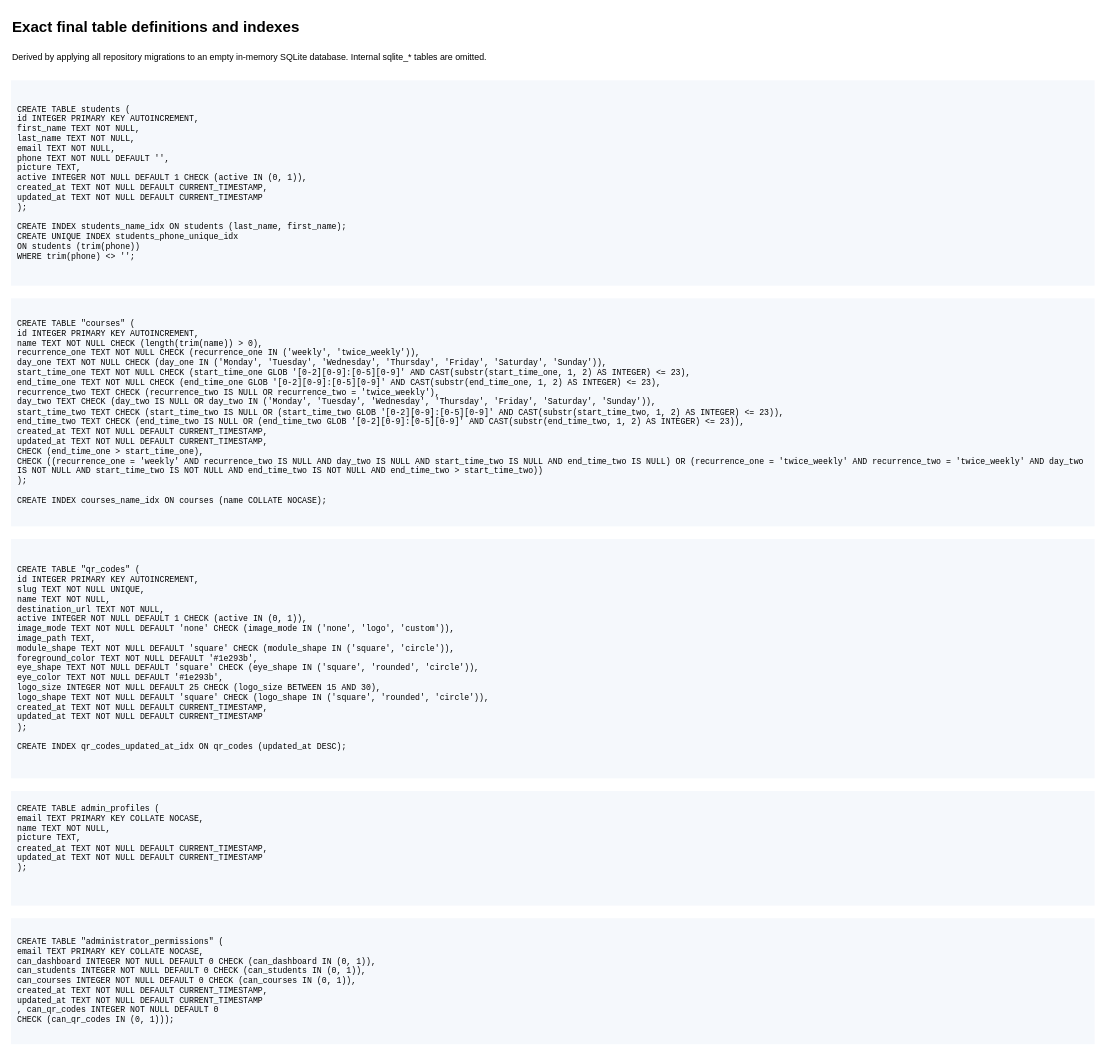
The draw.io diagram page "Constraints and SQL" (2 of 2) of docs/database.drawio in AlexandruDanCroitoriu/free-spirit-dance, before the edit. Source tidied: cells renumbered, new cells numbered last; positions are measured from the earlier drawing's top-left corner, leaving out a move shared by most shapes. Both pictures are drawn from the tidied source at 63%, with x=0, y=0 at pixel (11, 11).
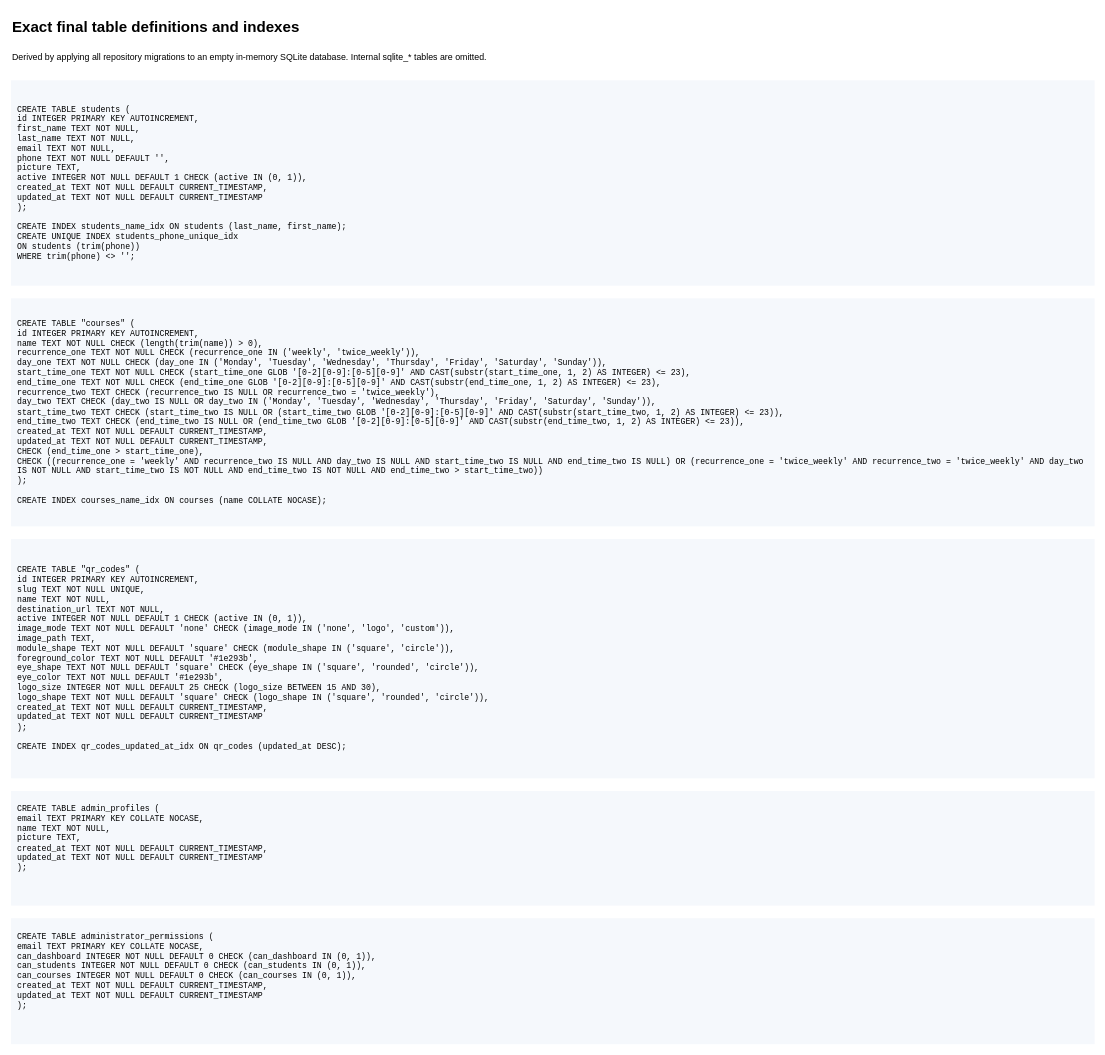
After the change.

The edit, as a diff of the source:
```diff
@@
 <mxGraphModel>
   <root>
     <mxCell id="0" />
     <mxCell id="1" parent="0" />
     <mxCell id="2" value="Exact final table definitions and indexes" style="text;html=0;align=left;verticalAlign=middle;whiteSpace=wrap;overflow=hidden;fontSize=24;fontStyle=1;" parent="1" vertex="1">
       <mxGeometry width="1700" height="50" as="geometry" />
     </mxCell>
     <mxCell id="3" value="Derived by applying all repository migrations to an empty in-memory SQLite database. Internal sqlite_* tables are omitted." style="text;html=0;align=left;verticalAlign=middle;whiteSpace=wrap;overflow=hidden;fontSize=14;" parent="1" vertex="1">
       <mxGeometry y="55" width="1700" height="35" as="geometry" />
     </mxCell>
     <mxCell id="4" value="CREATE TABLE students (&#10;  id INTEGER PRIMARY KEY AUTOINCREMENT,&#10;  first_name TEXT NOT NULL,&#10;  last_name TEXT NOT NULL,&#10;  email TEXT NOT NULL,&#10;  phone TEXT NOT NULL DEFAULT '',&#10;  picture TEXT,&#10;  active INTEGER NOT NULL DEFAULT 1 CHECK (active IN (0, 1)),&#10;  created_at TEXT NOT NULL DEFAULT CURRENT_TIMESTAMP,&#10;  updated_at TEXT NOT NULL DEFAULT CURRENT_TIMESTAMP&#10;);&#10;&#10;CREATE INDEX students_name_idx ON students (last_name, first_name);&#10;CREATE UNIQUE INDEX students_phone_unique_idx&#10;ON students (trim(phone))&#10;WHERE trim(phone) &lt;&gt; '';" style="text;html=0;align=left;verticalAlign=middle;whiteSpace=wrap;overflow=hidden;fontFamily=Courier New;fontSize=13;fillColor=#f5f8fc;spacing=10;" parent="1" vertex="1">
       <mxGeometry y="110" width="1720" height="326" as="geometry" />
     </mxCell>
     <mxCell id="5" value="CREATE TABLE &quot;courses&quot; (&#10;  id INTEGER PRIMARY KEY AUTOINCREMENT,&#10;  name TEXT NOT NULL CHECK (length(trim(name)) &gt; 0),&#10;  recurrence_one TEXT NOT NULL CHECK (recurrence_one IN ('weekly', 'twice_weekly')),&#10;  day_one TEXT NOT NULL CHECK (day_one IN ('Monday', 'Tuesday', 'Wednesday', 'Thursday', 'Friday', 'Saturday', 'Sunday')),&#10;  start_time_one TEXT NOT NULL CHECK (start_time_one GLOB '[0-2][0-9]:[0-5][0-9]' AND CAST(substr(start_time_one, 1, 2) AS INTEGER) &lt;= 23),&#10;  end_time_one TEXT NOT NULL CHECK (end_time_one GLOB '[0-2][0-9]:[0-5][0-9]' AND CAST(substr(end_time_one, 1, 2) AS INTEGER) &lt;= 23),&#10;  recurrence_two TEXT CHECK (recurrence_two IS NULL OR recurrence_two = 'twice_weekly'),&#10;  day_two TEXT CHECK (day_two IS NULL OR day_two IN ('Monday', 'Tuesday', 'Wednesday', 'Thursday', 'Friday', 'Saturday', 'Sunday')),&#10;  start_time_two TEXT CHECK (start_time_two IS NULL OR (start_time_two GLOB '[0-2][0-9]:[0-5][0-9]' AND CAST(substr(start_time_two, 1, 2) AS INTEGER) &lt;= 23)),&#10;  end_time_two TEXT CHECK (end_time_two IS NULL OR (end_time_two GLOB '[0-2][0-9]:[0-5][0-9]' AND CAST(substr(end_time_two, 1, 2) AS INTEGER) &lt;= 23)),&#10;  created_at TEXT NOT NULL DEFAULT CURRENT_TIMESTAMP,&#10;  updated_at TEXT NOT NULL DEFAULT CURRENT_TIMESTAMP,&#10;  CHECK (end_time_one &gt; start_time_one),&#10;  CHECK ((recurrence_one = 'weekly' AND recurrence_two IS NULL AND day_two IS NULL AND start_time_two IS NULL AND end_time_two IS NULL) OR (recurrence_one = 'twice_weekly' AND recurrence_two = 'twice_weekly' AND day_two IS NOT NULL AND start_time_two IS NOT NULL AND end_time_two IS NOT NULL AND end_time_two &gt; start_time_two))&#10;);&#10;&#10;CREATE INDEX courses_name_idx ON courses (name COLLATE NOCASE);" style="text;html=0;align=left;verticalAlign=middle;whiteSpace=wrap;overflow=hidden;fontFamily=Courier New;fontSize=13;fillColor=#f5f8fc;spacing=10;" parent="1" vertex="1">
       <mxGeometry y="456" width="1720" height="362" as="geometry" />
     </mxCell>
     <mxCell id="6" value="CREATE TABLE &quot;qr_codes&quot; (&#10;  id INTEGER PRIMARY KEY AUTOINCREMENT,&#10;  slug TEXT NOT NULL UNIQUE,&#10;  name TEXT NOT NULL,&#10;  destination_url TEXT NOT NULL,&#10;  active INTEGER NOT NULL DEFAULT 1 CHECK (active IN (0, 1)),&#10;  image_mode TEXT NOT NULL DEFAULT 'none' CHECK (image_mode IN ('none', 'logo', 'custom')),&#10;  image_path TEXT,&#10;  module_shape TEXT NOT NULL DEFAULT 'square' CHECK (module_shape IN ('square', 'circle')),&#10;  foreground_color TEXT NOT NULL DEFAULT '#1e293b',&#10;  eye_shape TEXT NOT NULL DEFAULT 'square' CHECK (eye_shape IN ('square', 'rounded', 'circle')),&#10;  eye_color TEXT NOT NULL DEFAULT '#1e293b',&#10;  logo_size INTEGER NOT NULL DEFAULT 25 CHECK (logo_size BETWEEN 15 AND 30),&#10;  logo_shape TEXT NOT NULL DEFAULT 'square' CHECK (logo_shape IN ('square', 'rounded', 'circle')),&#10;  created_at TEXT NOT NULL DEFAULT CURRENT_TIMESTAMP,&#10;  updated_at TEXT NOT NULL DEFAULT CURRENT_TIMESTAMP&#10;);&#10;&#10;CREATE INDEX qr_codes_updated_at_idx ON qr_codes (updated_at DESC);" style="text;html=0;align=left;verticalAlign=middle;whiteSpace=wrap;overflow=hidden;fontFamily=Courier New;fontSize=13;fillColor=#f5f8fc;spacing=10;" parent="1" vertex="1">
       <mxGeometry y="838" width="1720" height="380" as="geometry" />
     </mxCell>
     <mxCell id="7" value="CREATE TABLE admin_profiles (&#10;  email TEXT PRIMARY KEY COLLATE NOCASE,&#10;  name TEXT NOT NULL,&#10;  picture TEXT,&#10;  created_at TEXT NOT NULL DEFAULT CURRENT_TIMESTAMP,&#10;  updated_at TEXT NOT NULL DEFAULT CURRENT_TIMESTAMP&#10;);&#10;&#10;" style="text;html=0;align=left;verticalAlign=middle;whiteSpace=wrap;overflow=hidden;fontFamily=Courier New;fontSize=13;fillColor=#f5f8fc;spacing=10;" parent="1" vertex="1">
       <mxGeometry y="1238" width="1720" height="182" as="geometry" />
     </mxCell>
-    <mxCell id="8" value="CREATE TABLE &quot;administrator_permissions&quot; (&#10;  email TEXT PRIMARY KEY COLLATE NOCASE,&#10;  can_dashboard INTEGER NOT NULL DEFAULT 0 CHECK (can_dashboard IN (0, 1)),&#10;  can_students INTEGER NOT NULL DEFAULT 0 CHECK (can_students IN (0, 1)),&#10;  can_courses INTEGER NOT NULL DEFAULT 0 CHECK (can_courses IN (0, 1)),&#10;  created_at TEXT NOT NULL DEFAULT CURRENT_TIMESTAMP,&#10;  updated_at TEXT NOT NULL DEFAULT CURRENT_TIMESTAMP&#10;, can_qr_codes INTEGER NOT NULL DEFAULT 0&#10;  CHECK (can_qr_codes IN (0, 1)));" style="text;html=0;align=left;verticalAlign=middle;whiteSpace=wrap;overflow=hidden;fontFamily=Courier New;fontSize=13;fillColor=#f5f8fc;spacing=10;" parent="1" vertex="1">
+    <mxCell id="8" value="CREATE TABLE administrator_permissions (&#10;  email TEXT PRIMARY KEY COLLATE NOCASE,&#10;  can_dashboard INTEGER NOT NULL DEFAULT 0 CHECK (can_dashboard IN (0, 1)),&#10;  can_students INTEGER NOT NULL DEFAULT 0 CHECK (can_students IN (0, 1)),&#10;  can_courses INTEGER NOT NULL DEFAULT 0 CHECK (can_courses IN (0, 1)),&#10;  created_at TEXT NOT NULL DEFAULT CURRENT_TIMESTAMP,&#10;  updated_at TEXT NOT NULL DEFAULT CURRENT_TIMESTAMP&#10;);&#10;&#10;" style="text;html=0;align=left;verticalAlign=middle;whiteSpace=wrap;overflow=hidden;fontFamily=Courier New;fontSize=13;fillColor=#f5f8fc;spacing=10;" parent="1" vertex="1">
       <mxGeometry y="1440" width="1720" height="200" as="geometry" />
     </mxCell>
   </root>
 </mxGraphModel>
```
